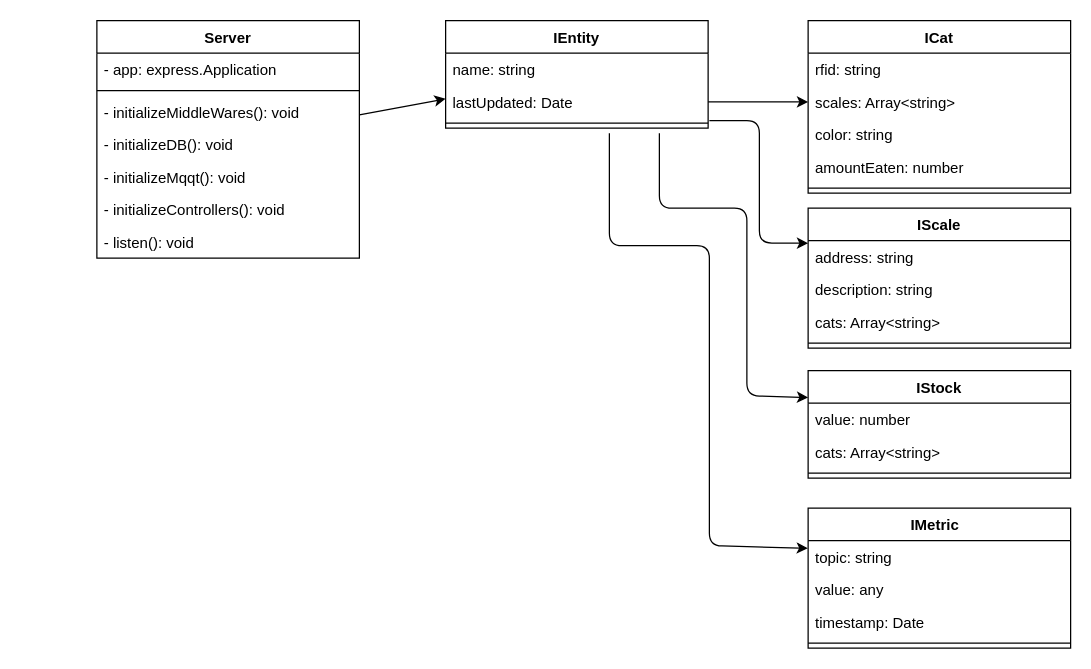
This is backend/design.drawio from 4d44-bbe6/Catbert, a draw.io file, before an edit. Source tidied: cells renumbered, new cells numbered last; positions are measured from the earlier drawing's top-left corner, leaving out a move shared by most shapes. Both pictures are drawn from the tidied source at 125%, with x=0, y=0 at pixel (96, 20).
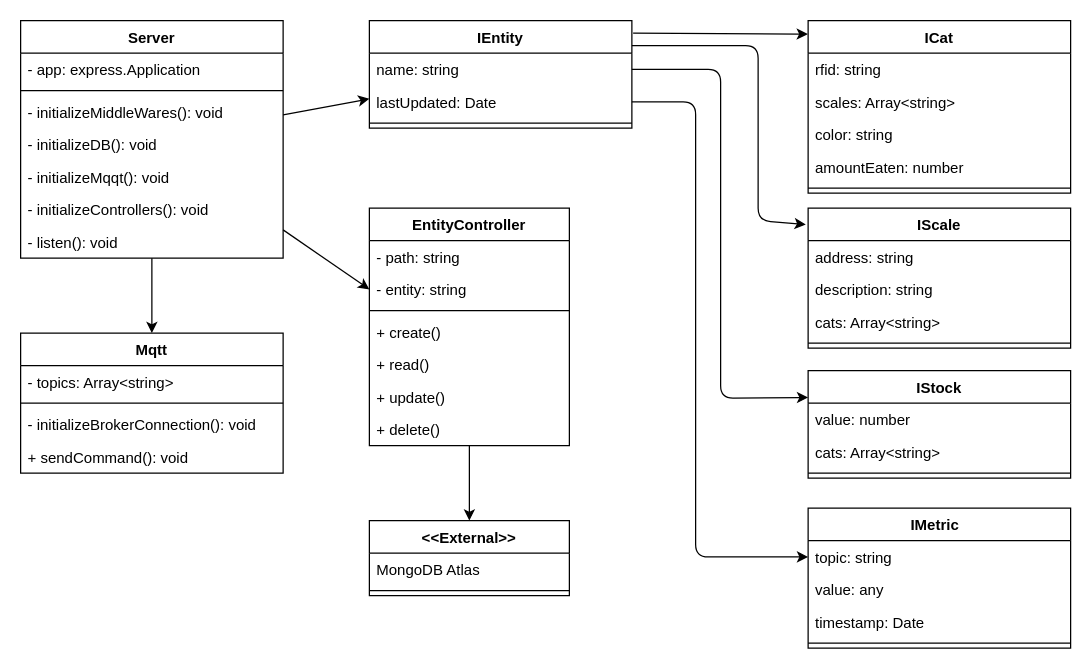
After the change.

Commit message:
class diagram updated

The change refers to these unchanged cells:
```xml
<mxCell id="16" value="name: string" style="text;strokeColor=none;fillColor=none;align=left;verticalAlign=top;spacingLeft=4;spacingRight=4;overflow=hidden;points=[[0,0.5],[1,0.5]];portConstraint=eastwest;" parent="15" vertex="1">
  <mxGeometry y="26" width="210" height="26" as="geometry" />
</mxCell>
<mxCell id="17" value="lastUpdated: Date" style="text;strokeColor=none;fillColor=none;align=left;verticalAlign=top;spacingLeft=4;spacingRight=4;overflow=hidden;points=[[0,0.5],[1,0.5]];portConstraint=eastwest;" parent="15" vertex="1">
  <mxGeometry y="52" width="210" height="26" as="geometry" />
</mxCell>
<mxCell id="19" value="IStock" style="swimlane;fontStyle=1;align=center;verticalAlign=top;horizontal=1;startSize=26;" parent="1" vertex="1">
  <mxGeometry x="569" y="280" width="210" height="86" as="geometry" />
</mxCell>
<mxCell id="23" value="ICat" style="swimlane;fontStyle=1;align=center;verticalAlign=top;horizontal=1;startSize=26;" parent="1" vertex="1">
  <mxGeometry x="569" width="210" height="138" as="geometry" />
</mxCell>
<mxCell id="25" value="scales: Array&lt;string&gt;" style="text;strokeColor=none;fillColor=none;align=left;verticalAlign=top;spacingLeft=4;spacingRight=4;overflow=hidden;points=[[0,0.5],[1,0.5]];portConstraint=eastwest;" parent="23" vertex="1">
  <mxGeometry y="52" width="210" height="26" as="geometry" />
</mxCell>
<mxCell id="29" value="IScale" style="swimlane;fontStyle=1;align=center;verticalAlign=top;horizontal=1;startSize=26;" parent="1" vertex="1">
  <mxGeometry x="569" y="150" width="210" height="112" as="geometry" />
</mxCell>
<mxCell id="35" value="topic: string" style="text;strokeColor=none;fillColor=none;align=left;verticalAlign=top;spacingLeft=4;spacingRight=4;overflow=hidden;points=[[0,0.5],[1,0.5]];portConstraint=eastwest;" parent="34" vertex="1">
  <mxGeometry y="26" width="210" height="26" as="geometry" />
</mxCell>
```

The edit, as a diff of the source:
```diff
@@
+    <mxCell id="39" style="edgeStyle=none;html=1;entryX=0.5;entryY=0;entryDx=0;entryDy=0;" parent="1" edge="1" source="3" target="45">
+      <mxGeometry relative="1" as="geometry" />
+    </mxCell>
+    <mxCell id="40" style="edgeStyle=none;html=1;entryX=0;entryY=0.5;entryDx=0;entryDy=0;" parent="1" edge="1" source="3" target="53">
+      <mxGeometry relative="1" as="geometry" />
+    </mxCell>
     <mxCell id="3" value="Server" style="swimlane;fontStyle=1;align=center;verticalAlign=top;horizontal=1;startSize=26;" parent="1" vertex="1">
-      <mxGeometry width="210" height="190" as="geometry" />
+      <mxGeometry x="-61" width="210" height="190" as="geometry" />
     </mxCell>
@@
-    <mxCell id="11" style="edgeStyle=none;html=1;entryX=0;entryY=0.25;entryDx=0;entryDy=0;" parent="1" edge="1" target="19">
-      <mxGeometry relative="1" as="geometry">
-        <mxPoint x="450" y="90" as="sourcePoint" />
-        <Array as="points">
-          <mxPoint x="450" y="150" />
-          <mxPoint x="520" y="150" />
-          <mxPoint x="520" y="300" />
-        </Array>
-      </mxGeometry>
-    </mxCell>
-    <mxCell id="12" style="edgeStyle=none;html=1;exitX=1;exitY=0.5;exitDx=0;exitDy=0;entryX=0;entryY=0.5;entryDx=0;entryDy=0;" parent="1" edge="1" source="17" target="25">
-      <mxGeometry relative="1" as="geometry" />
-    </mxCell>
-    <mxCell id="13" style="edgeStyle=none;html=1;entryX=0;entryY=0.25;entryDx=0;entryDy=0;" parent="1" edge="1" target="29">
-      <mxGeometry relative="1" as="geometry">
-        <mxPoint x="490" y="80" as="sourcePoint" />
-        <Array as="points">
-          <mxPoint x="530" y="80" />
-          <mxPoint x="530" y="178" />
-        </Array>
-      </mxGeometry>
-    </mxCell>
-    <mxCell id="14" style="edgeStyle=none;html=1;entryX=-0.001;entryY=0.234;entryDx=0;entryDy=0;entryPerimeter=0;" parent="1" edge="1" target="35">
-      <mxGeometry relative="1" as="geometry">
-        <mxPoint x="410" y="90" as="sourcePoint" />
-        <Array as="points">
-          <mxPoint x="410" y="180" />
-          <mxPoint x="490" y="180" />
-          <mxPoint x="490" y="420" />
-        </Array>
-      </mxGeometry>
-    </mxCell>
+    <mxCell id="41" style="edgeStyle=none;html=1;entryX=-0.009;entryY=0.117;entryDx=0;entryDy=0;entryPerimeter=0;exitX=0.996;exitY=-0.232;exitDx=0;exitDy=0;exitPerimeter=0;" parent="1" edge="1" source="16" target="29">
+      <mxGeometry relative="1" as="geometry">
+        <Array as="points">
+          <mxPoint x="529" y="20" />
+          <mxPoint x="529" y="160" />
+        </Array>
+      </mxGeometry>
+    </mxCell>
+    <mxCell id="42" style="edgeStyle=none;html=1;entryX=0;entryY=0.25;entryDx=0;entryDy=0;exitX=1;exitY=0.5;exitDx=0;exitDy=0;" parent="1" edge="1" source="16" target="19">
+      <mxGeometry relative="1" as="geometry">
+        <Array as="points">
+          <mxPoint x="499" y="39" />
+          <mxPoint x="499" y="302" />
+        </Array>
+      </mxGeometry>
+    </mxCell>
+    <mxCell id="43" style="edgeStyle=none;html=1;entryX=0;entryY=0.5;entryDx=0;entryDy=0;exitX=1;exitY=0.5;exitDx=0;exitDy=0;" parent="1" edge="1" source="17" target="35">
+      <mxGeometry relative="1" as="geometry">
+        <Array as="points">
+          <mxPoint x="479" y="65" />
+          <mxPoint x="479" y="429" />
+        </Array>
+      </mxGeometry>
+    </mxCell>
+    <mxCell id="44" style="edgeStyle=none;html=1;entryX=-0.001;entryY=0.078;entryDx=0;entryDy=0;entryPerimeter=0;" parent="1" edge="1" target="23">
+      <mxGeometry relative="1" as="geometry">
+        <mxPoint x="429" y="10" as="sourcePoint" />
+      </mxGeometry>
+    </mxCell>
     <mxCell id="15" value="IEntity" style="swimlane;fontStyle=1;align=center;verticalAlign=top;horizontal=1;startSize=26;" parent="1" vertex="1">
-      <mxGeometry x="279" width="210" height="86" as="geometry" />
+      <mxGeometry x="218" width="210" height="86" as="geometry" />
     </mxCell>
@@
+    <mxCell id="45" value="Mqtt" style="swimlane;fontStyle=1;align=center;verticalAlign=top;horizontal=1;startSize=26;" parent="1" vertex="1">
+      <mxGeometry x="-61" y="250" width="210" height="112" as="geometry" />
+    </mxCell>
+    <mxCell id="46" value="- topics: Array&lt;string&gt;" style="text;strokeColor=none;fillColor=none;align=left;verticalAlign=top;spacingLeft=4;spacingRight=4;overflow=hidden;" parent="45" vertex="1">
+      <mxGeometry y="26" width="210" height="26" as="geometry" />
+    </mxCell>
+    <mxCell id="47" style="line;strokeWidth=1;fillColor=none;align=left;verticalAlign=middle;spacingTop=-1;spacingLeft=3;spacingRight=3;labelPosition=right;" parent="45" vertex="1">
+      <mxGeometry y="52" width="210" height="8" as="geometry" />
+    </mxCell>
+    <mxCell id="48" value="- initializeBrokerConnection(): void" style="text;strokeColor=none;fillColor=none;align=left;verticalAlign=top;spacingLeft=4;spacingRight=4;overflow=hidden;" parent="45" vertex="1">
+      <mxGeometry y="60" width="210" height="26" as="geometry" />
+    </mxCell>
+    <mxCell id="49" value="+ sendCommand(): void" style="text;strokeColor=none;fillColor=none;align=left;verticalAlign=top;spacingLeft=4;spacingRight=4;overflow=hidden;" parent="45" vertex="1">
+      <mxGeometry y="86" width="210" height="26" as="geometry" />
+    </mxCell>
+    <mxCell id="50" style="edgeStyle=none;html=1;entryX=0.5;entryY=0;entryDx=0;entryDy=0;" parent="1" edge="1" source="51" target="59">
+      <mxGeometry relative="1" as="geometry" />
+    </mxCell>
+    <mxCell id="51" value="EntityController" style="swimlane;fontStyle=1;align=center;verticalAlign=top;horizontal=1;startSize=26;" parent="1" vertex="1">
+      <mxGeometry x="218" y="150" width="160" height="190" as="geometry" />
+    </mxCell>
+    <mxCell id="52" value="- path: string" style="text;strokeColor=none;fillColor=none;align=left;verticalAlign=top;spacingLeft=4;spacingRight=4;overflow=hidden;" parent="51" vertex="1">
+      <mxGeometry y="26" width="160" height="26" as="geometry" />
+    </mxCell>
+    <mxCell id="53" value="- entity: string" style="text;strokeColor=none;fillColor=none;align=left;verticalAlign=top;spacingLeft=4;spacingRight=4;overflow=hidden;points=[[0,0.5],[1,0.5]];portConstraint=eastwest;" parent="51" vertex="1">
+      <mxGeometry y="52" width="160" height="26" as="geometry" />
+    </mxCell>
+    <mxCell id="54" style="line;strokeWidth=1;fillColor=none;align=left;verticalAlign=middle;spacingTop=-1;spacingLeft=3;spacingRight=3;labelPosition=right;" parent="51" vertex="1">
+      <mxGeometry y="78" width="160" height="8" as="geometry" />
+    </mxCell>
+    <mxCell id="55" value="+ create()" style="text;strokeColor=none;fillColor=none;align=left;verticalAlign=top;spacingLeft=4;spacingRight=4;overflow=hidden;" parent="51" vertex="1">
+      <mxGeometry y="86" width="160" height="26" as="geometry" />
+    </mxCell>
+    <mxCell id="56" value="+ read()" style="text;strokeColor=none;fillColor=none;align=left;verticalAlign=top;spacingLeft=4;spacingRight=4;overflow=hidden;" parent="51" vertex="1">
+      <mxGeometry y="112" width="160" height="26" as="geometry" />
+    </mxCell>
+    <mxCell id="57" value="+ update()" style="text;strokeColor=none;fillColor=none;align=left;verticalAlign=top;spacingLeft=4;spacingRight=4;overflow=hidden;" parent="51" vertex="1">
+      <mxGeometry y="138" width="160" height="26" as="geometry" />
+    </mxCell>
+    <mxCell id="58" value="+ delete()" style="text;strokeColor=none;fillColor=none;align=left;verticalAlign=top;spacingLeft=4;spacingRight=4;overflow=hidden;" parent="51" vertex="1">
+      <mxGeometry y="164" width="160" height="26" as="geometry" />
+    </mxCell>
+    <mxCell id="59" value="&lt;&lt;External&gt;&gt;" style="swimlane;fontStyle=1;align=center;verticalAlign=top;horizontal=1;startSize=26;" parent="1" vertex="1">
+      <mxGeometry x="218" y="400" width="160" height="60" as="geometry" />
+    </mxCell>
+    <mxCell id="60" value="MongoDB Atlas" style="text;strokeColor=none;fillColor=none;align=left;verticalAlign=top;spacingLeft=4;spacingRight=4;overflow=hidden;" parent="59" vertex="1">
+      <mxGeometry y="26" width="160" height="26" as="geometry" />
+    </mxCell>
+    <mxCell id="61" style="line;strokeWidth=1;fillColor=none;align=left;verticalAlign=middle;spacingTop=-1;spacingLeft=3;spacingRight=3;labelPosition=right;" parent="59" vertex="1">
+      <mxGeometry y="52" width="160" height="8" as="geometry" />
+    </mxCell>
```
